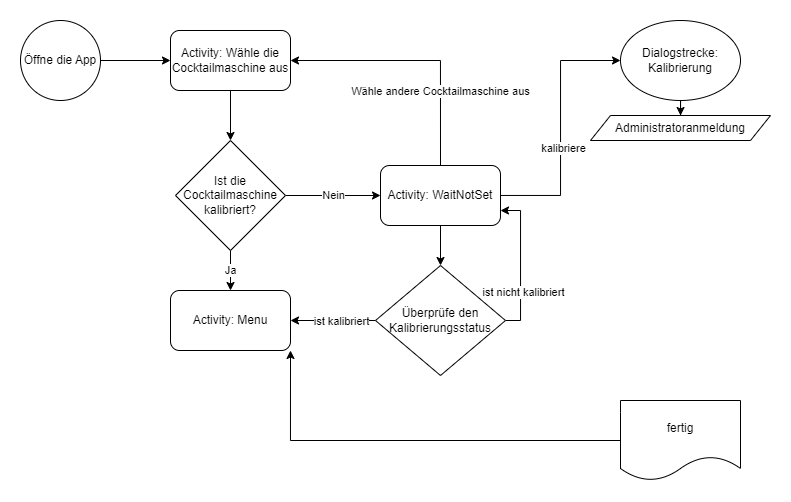
Above: Dokumentation/Appstart.png in amirrabieyannejad/CocktailMachine (draw.io), before the change. Source tidied: cells renumbered, new cells last; positions are measured from the earlier drawing's top-left corner, leaving out a move shared by most shapes.
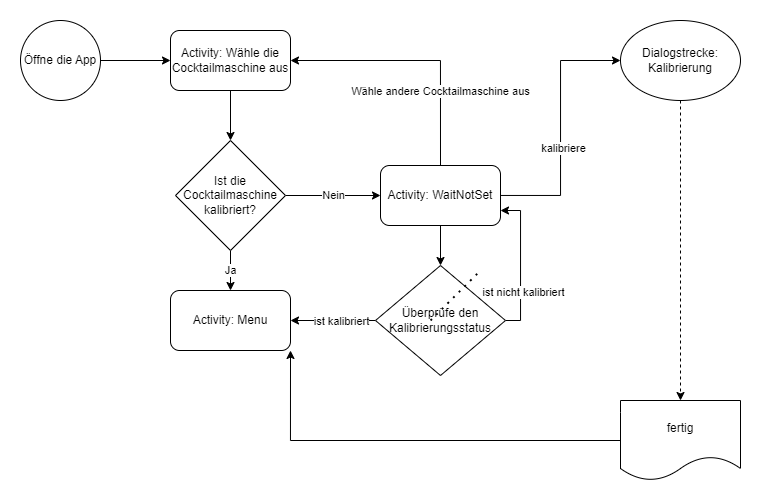
After the change.

What changed in the source:
```diff
@@ -68,20 +68,23 @@
     <mxCell id="20" value="Überprüfe den Kalibrierungsstatus" style="rhombus;whiteSpace=wrap;html=1;" parent="1" vertex="1">
       <mxGeometry x="355" y="245" width="130" height="110" as="geometry" />
     </mxCell>
-    <mxCell id="21" style="edgeStyle=orthogonalEdgeStyle;rounded=0;jettySize=auto;html=1;" parent="1" edge="1" source="22" target="23">
-      <mxGeometry relative="1" as="geometry" />
-    </mxCell>
+    <mxCell id="26" style="edgeStyle=orthogonalEdgeStyle;rounded=0;jettySize=auto;html=1;dashed=1;" parent="1" edge="1" source="22" target="25">
+      <mxGeometry relative="1" as="geometry" />
+    </mxCell>
     <mxCell id="22" value="Dialogstrecke:&lt;br&gt;Kalibrierung" style="ellipse;whiteSpace=wrap;html=1;" parent="1" vertex="1">
       <mxGeometry x="600" width="120" height="80" as="geometry" />
     </mxCell>
-    <mxCell id="23" value="Administratoranmeldung" style="shape=parallelogram;perimeter=parallelogramPerimeter;whiteSpace=wrap;html=1;fixedSize=1;" parent="1" vertex="1">
-      <mxGeometry x="570" y="95" width="180" height="25" as="geometry" />
-    </mxCell>
     <mxCell id="24" style="edgeStyle=orthogonalEdgeStyle;rounded=0;jettySize=auto;html=1;entryX=1;entryY=1;entryDx=0;entryDy=0;" parent="1" edge="1" source="25" target="15">
       <mxGeometry relative="1" as="geometry" />
     </mxCell>
     <mxCell id="25" value="fertig" style="shape=document;whiteSpace=wrap;html=1;boundedLbl=1;" parent="1" vertex="1">
       <mxGeometry x="600" y="380" width="120" height="80" as="geometry" />
     </mxCell>
+    <mxCell id="27" style="endArrow=none;dashed=1;html=1;dashPattern=1 3;strokeWidth=2;rounded=0;" parent="1" edge="1">
+      <mxGeometry relative="1" as="geometry">
+        <mxPoint x="410" y="300" as="sourcePoint" />
+        <mxPoint x="460" y="250" as="targetPoint" />
+      </mxGeometry>
+    </mxCell>
   </root>
 </mxGraphModel>
```
